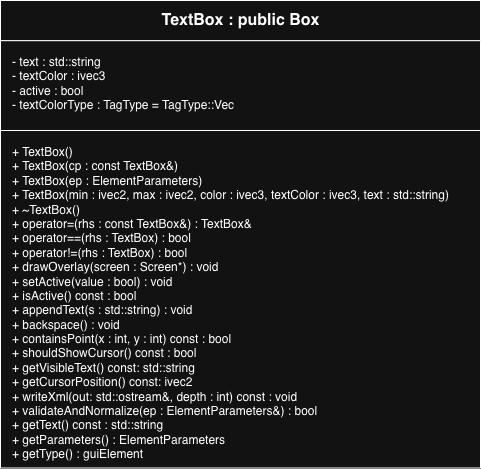
The draw.io diagram images/TextBox_UML.png in cgreen2048/ArtHuddle, before a commit. Source tidied: cells renumbered, new cells last; positions are measured from the earlier drawing's top-left corner, leaving out a move shared by most shapes.
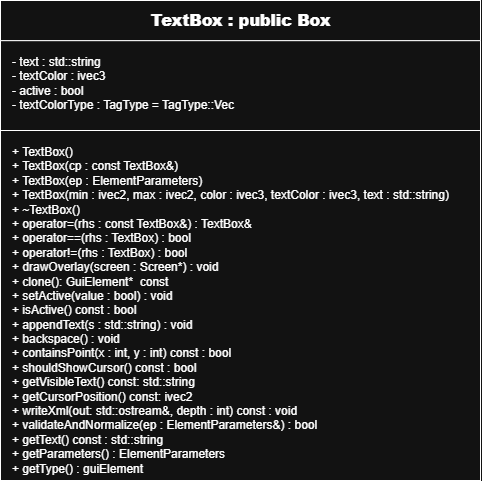
After the change.

Commit message:
Updated README and UML diagrams.

What changed in the source:
```diff
@@ -3,7 +3,7 @@
     <mxCell id="0" />
     <mxCell id="1" parent="0" />
     <mxCell id="2" style="shape=rectangle;whiteSpace=wrap;html=1;" parent="1" vertex="1">
-      <mxGeometry width="480" height="450" as="geometry" />
+      <mxGeometry width="480" height="480" as="geometry" />
     </mxCell>
     <mxCell id="3" value="&lt;b&gt;TextBox : public Box&lt;/b&gt;" style="shape=rectangle;html=1;align=center;verticalAlign=middle;fontStyle=1;fontSize=16;" parent="2" vertex="1">
       <mxGeometry width="480" height="40.2" as="geometry" />
@@ -11,8 +11,8 @@
     <mxCell id="4" value=" - text : std::string&#10; - textColor : ivec3&#10; - active : bool&#10; - textColorType : TagType = TagType::Vec         " style="shape=rectangle;html=1;align=left;verticalAlign=top;spacingLeft=10;spacingTop=8;" parent="2" vertex="1">
       <mxGeometry y="40.2" width="480" height="109.8" as="geometry" />
     </mxCell>
-    <mxCell id="5" value=" + TextBox()&lt;br&gt; + TextBox(cp : const TextBox&amp;amp;)&lt;br&gt; + TextBox(ep : ElementParameters)&lt;br&gt; + TextBox(min : ivec2, max : ivec2, color : ivec3, textColor : ivec3, text : std::string)&lt;br&gt; + ~TextBox()&lt;br&gt; + operator=(rhs : const TextBox&amp;amp;) : TextBox&amp;amp;&lt;br&gt; + operator==(rhs : TextBox) : bool&lt;br&gt; + operator!=(rhs : TextBox) : bool&lt;br&gt; + drawOverlay(screen : Screen*) : void&lt;br&gt; + setActive(value : bool) : void&lt;br&gt; + isActive() const : bool&lt;br&gt; + appendText(s : std::string) : void&lt;br&gt; + backspace() : void&lt;br&gt; + containsPoint(x : int, y : int) const : bool&lt;br&gt; + shouldShowCursor() const : bool&lt;br&gt; + getVisibleText() const: std::string&lt;br&gt; + getCursorPosition() const: ivec2&lt;br&gt; + writeXml(out: std::ostream&amp;amp;, depth : int) const : void&lt;br&gt; + validateAndNormalize(ep : ElementParameters&amp;amp;) : bool&lt;br&gt; + getText() const : std::string&lt;div&gt;+ getParameters() : ElementParameters&lt;/div&gt;&lt;div&gt;+ getType() : guiElement&lt;/div&gt;" style="shape=rectangle;html=1;align=left;verticalAlign=top;spacingLeft=10;spacingTop=8;" parent="2" vertex="1">
-      <mxGeometry y="130" width="480" height="337.5" as="geometry" />
+    <mxCell id="5" value=" + TextBox()&lt;br&gt; + TextBox(cp : const TextBox&amp;amp;)&lt;br&gt; + TextBox(ep : ElementParameters)&lt;br&gt; + TextBox(min : ivec2, max : ivec2, color : ivec3, textColor : ivec3, text : std::string)&lt;br&gt; + ~TextBox()&lt;br&gt; + operator=(rhs : const TextBox&amp;amp;) : TextBox&amp;amp;&lt;br&gt; + operator==(rhs : TextBox) : bool&lt;br&gt; + operator!=(rhs : TextBox) : bool&lt;br&gt; + drawOverlay(screen : Screen*) : void&lt;div&gt;+&amp;nbsp;&lt;span style=&quot;white-space: normal;&quot;&gt;clone(): GuiElement*&amp;nbsp; const&lt;/span&gt;&lt;br&gt; + setActive(value : bool) : void&lt;br&gt; + isActive() const : bool&lt;br&gt; + appendText(s : std::string) : void&lt;br&gt; + backspace() : void&lt;br&gt; + containsPoint(x : int, y : int) const : bool&lt;br&gt; + shouldShowCursor() const : bool&lt;br&gt; + getVisibleText() const: std::string&lt;br&gt; + getCursorPosition() const: ivec2&lt;br&gt; + writeXml(out: std::ostream&amp;amp;, depth : int) const : void&lt;br&gt; + validateAndNormalize(ep : ElementParameters&amp;amp;) : bool&lt;br&gt; + getText() const : std::string&lt;div&gt;+ getParameters() : ElementParameters&lt;/div&gt;&lt;div&gt;+ getType() : guiElement&lt;/div&gt;&lt;/div&gt;" style="shape=rectangle;html=1;align=left;verticalAlign=top;spacingLeft=10;spacingTop=8;" parent="2" vertex="1">
+      <mxGeometry y="130" width="480" height="350" as="geometry" />
     </mxCell>
   </root>
 </mxGraphModel>
```
